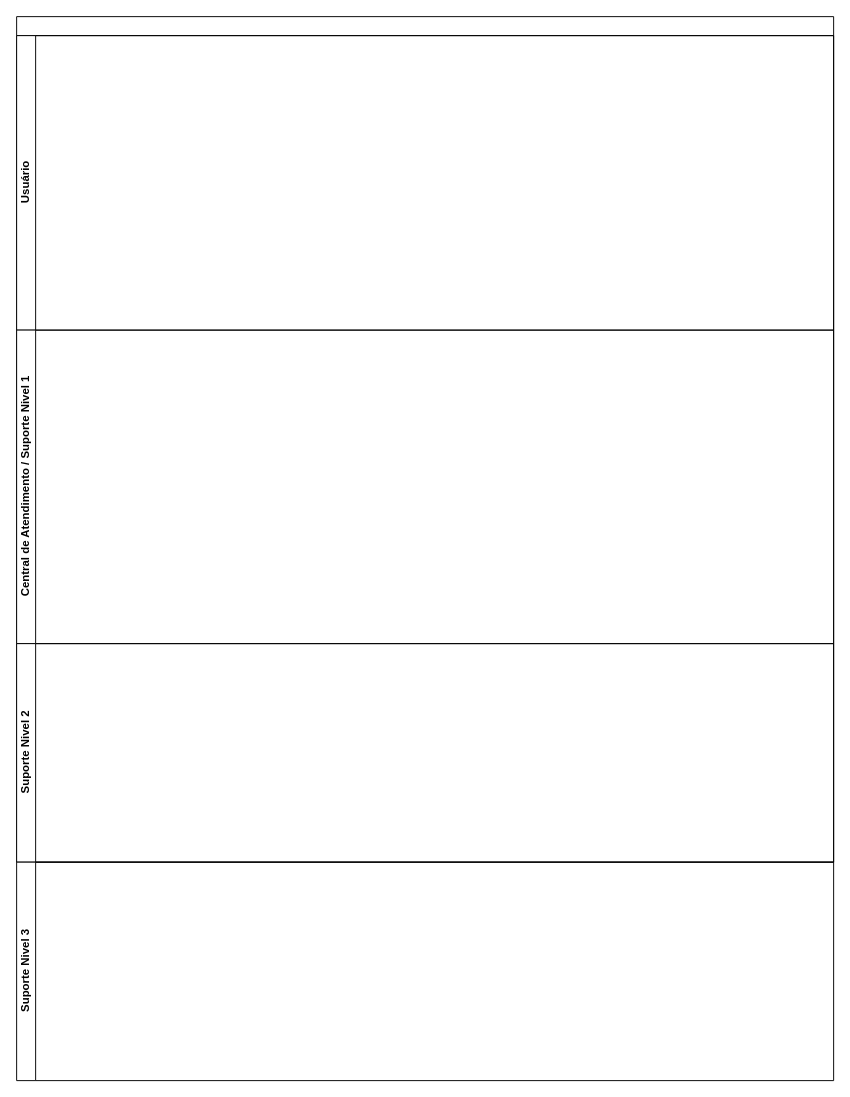
Above: doc/project_docs/Fluxogram-Helpdesk.drawio in jvruas/Space-Invaders-Bullet-Hell (draw.io), before the change. Source tidied: cells renumbered, new cells numbered last; positions are measured from the earlier drawing's top-left corner, leaving out a move shared by most shapes. Both pictures are drawn from the tidied source at 95%, with x=0, y=0 at pixel (16, 16).
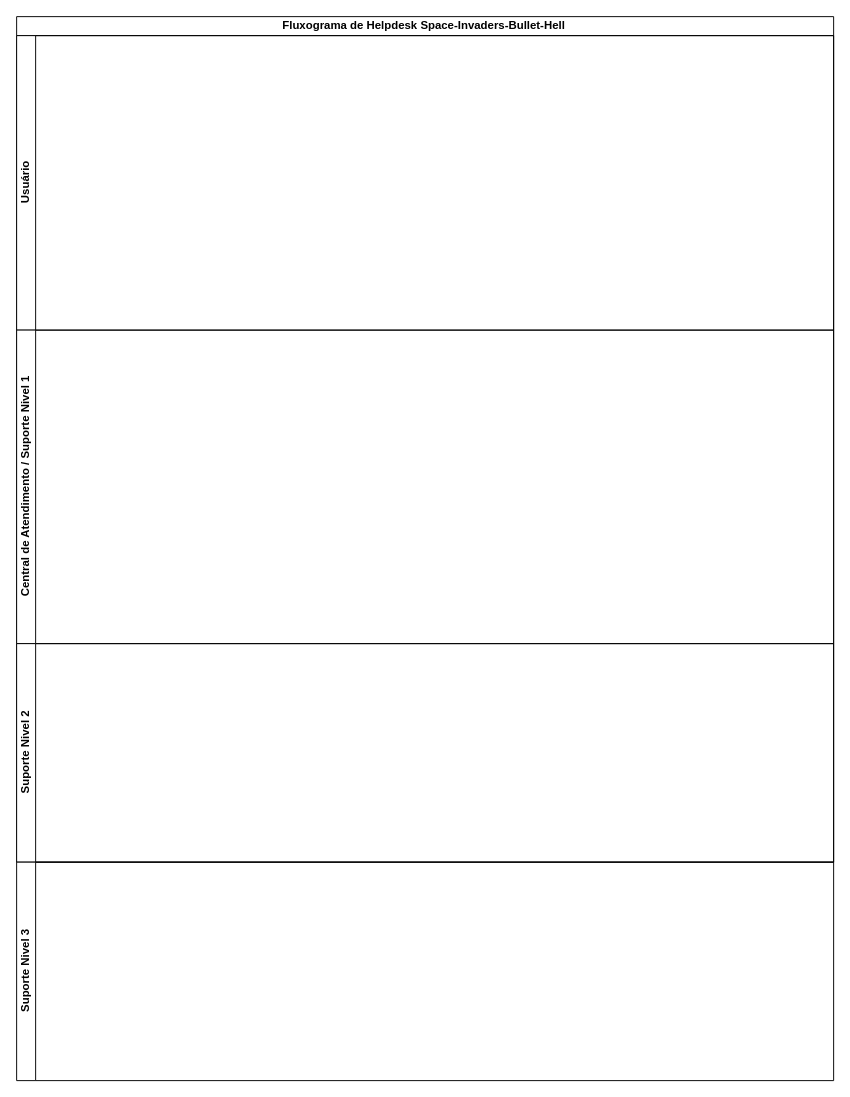
After the change.

Commit message:
Arrumando os Nomes das Seções do Diagrama

Diff of the diagram source:
```diff
@@
 <mxGraphModel>
   <root>
     <mxCell id="0" />
     <mxCell id="1" parent="0" />
-    <mxCell id="2" style="swimlane;html=1;horizontal=1;startSize=20;" parent="1" vertex="1">
+    <mxCell id="2" value="Fluxograma de Helpdesk Space-Invaders-Bullet-Hell&amp;nbsp;" style="swimlane;html=1;horizontal=1;startSize=20;" parent="1" vertex="1">
       <mxGeometry width="860" height="890" as="geometry" />
     </mxCell>
     <mxCell id="3" value="Usuário" style="swimlane;html=1;startSize=20;horizontal=0;" parent="2" vertex="1">
       <mxGeometry y="20" width="860" height="310" as="geometry" />
     </mxCell>
     <mxCell id="4" value="Central de Atendimento / Suporte Nivel 1" style="swimlane;html=1;startSize=20;horizontal=0;" parent="2" vertex="1">
       <mxGeometry y="330" width="860" height="330" as="geometry" />
     </mxCell>
     <mxCell id="5" value="Suporte Nivel 2" style="swimlane;html=1;startSize=20;horizontal=0;" parent="2" vertex="1">
       <mxGeometry y="660" width="860" height="230" as="geometry" />
     </mxCell>
     <mxCell id="6" value="Suporte Nivel 3" style="swimlane;html=1;startSize=20;horizontal=0;" parent="1" vertex="1">
       <mxGeometry y="890" width="860" height="230" as="geometry" />
     </mxCell>
   </root>
 </mxGraphModel>
```
